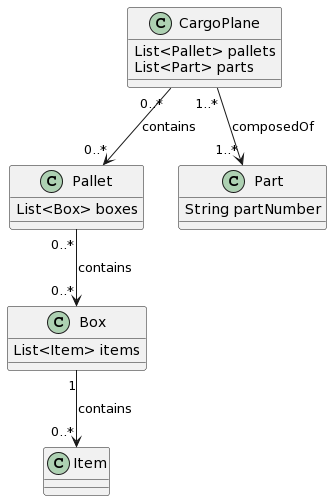
Before: hw2/1b.png, a diagram exported from PlantUML (wannaflyhigh/Object-Oriented-Programming).
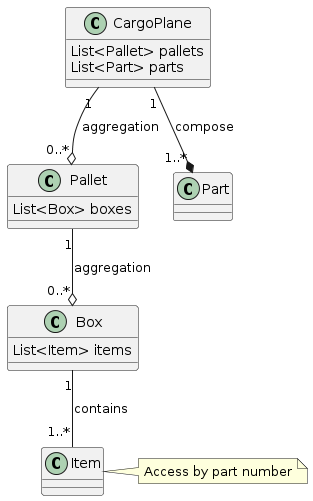
The same diagram one commit later.

What changed in the source:
```diff
@@ -12,14 +12,13 @@
     List<Item> items
 }
 
-class Part {
-    String partNumber
-}
+class Part
 
 class Item
+note Right of Item :Access by part number
 
-CargoPlane "0..*" --> "0..*" Pallet : contains
-Pallet "0..*" --> "0..*" Box : contains
-CargoPlane "1..*" --> "1..*" Part : composedOf
-Box "1" --> "0..*" Item : contains
+CargoPlane "1" --o "0..*" Pallet : aggregation
+Pallet "1" --o "0..*" Box : aggregation
+CargoPlane "1" --* "1..*" Part : compose
+Box "1" -- "1..*" Item : contains
 @enduml
```
